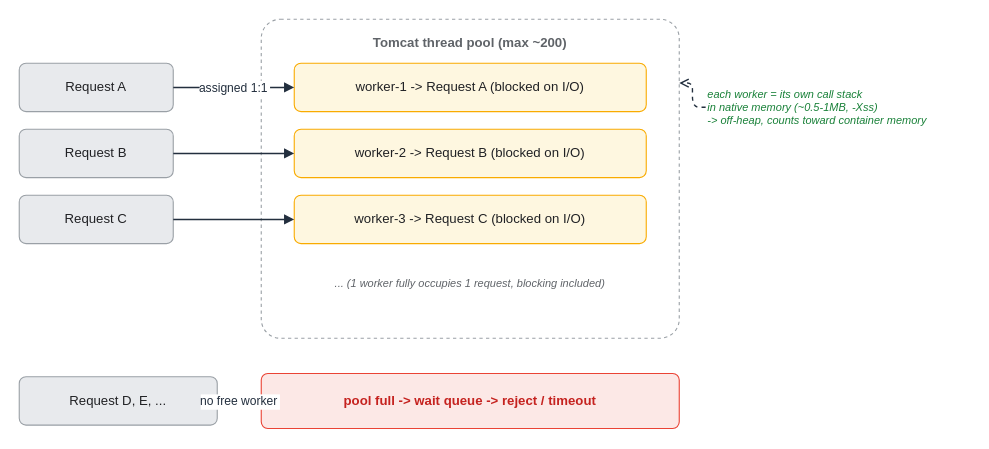
This is assets/img/spring/spring-06-thread-per-request.drawio from KKamJi98/kkamji98.github.io, a draw.io file, before an edit. Source tidied: cells renumbered, new cells numbered last; positions are measured from the earlier drawing's top-left corner, leaving out a move shared by most shapes. Both pictures are drawn from the tidied source at 110%, with x=0, y=0 at pixel (19, 19).
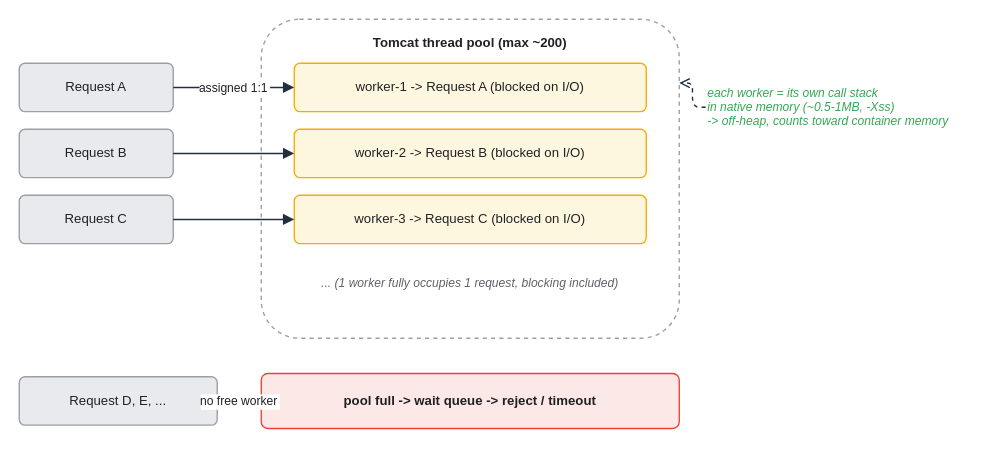
The same page after the edit.

Diff of the diagram source:
```diff
@@
 <mxGraphModel background="#FFFFFF">
   <root>
     <mxCell id="0" />
     <mxCell id="1" parent="0" />
-    <mxCell id="2" value="Tomcat thread pool (max ~200)" style="rounded=1;whiteSpace=wrap;html=0;arcSize=6;shadow=0;fillColor=#FFFFFF;strokeColor=#9AA0A6;fontColor=#5F6368;fontStyle=1;verticalAlign=top;align=center;dashed=1;spacingTop=8;" parent="1" vertex="1">
+    <mxCell id="2" value="Tomcat thread pool (max ~200)" style="rounded=1;whiteSpace=wrap;html=0;arcSize=12;shadow=0;fillColor=#FFFFFF;strokeColor=#9AA0A6;fontColor=#202124;fontStyle=1;verticalAlign=top;align=center;dashed=1;spacingTop=8;strokeWidth=1.25;" parent="1" vertex="1">
       <mxGeometry x="220" width="380" height="290" as="geometry" />
     </mxCell>
-    <mxCell id="3" value="Request A" style="rounded=1;whiteSpace=wrap;html=0;arcSize=14;shadow=0;fillColor=#E8EAED;strokeColor=#9AA0A6;fontColor=#202124;" parent="1" vertex="1">
+    <mxCell id="3" value="Request A" style="rounded=1;whiteSpace=wrap;html=0;arcSize=12;shadow=0;fillColor=#E8EAED;strokeColor=#9AA0A6;fontColor=#202124;strokeWidth=1.25;" parent="1" vertex="1">
       <mxGeometry y="40" width="140" height="44" as="geometry" />
     </mxCell>
-    <mxCell id="4" value="Request B" style="rounded=1;whiteSpace=wrap;html=0;arcSize=14;shadow=0;fillColor=#E8EAED;strokeColor=#9AA0A6;fontColor=#202124;" parent="1" vertex="1">
+    <mxCell id="4" value="Request B" style="rounded=1;whiteSpace=wrap;html=0;arcSize=12;shadow=0;fillColor=#E8EAED;strokeColor=#9AA0A6;fontColor=#202124;strokeWidth=1.25;" parent="1" vertex="1">
       <mxGeometry y="100" width="140" height="44" as="geometry" />
     </mxCell>
-    <mxCell id="5" value="Request C" style="rounded=1;whiteSpace=wrap;html=0;arcSize=14;shadow=0;fillColor=#E8EAED;strokeColor=#9AA0A6;fontColor=#202124;" parent="1" vertex="1">
+    <mxCell id="5" value="Request C" style="rounded=1;whiteSpace=wrap;html=0;arcSize=12;shadow=0;fillColor=#E8EAED;strokeColor=#9AA0A6;fontColor=#202124;strokeWidth=1.25;" parent="1" vertex="1">
       <mxGeometry y="160" width="140" height="44" as="geometry" />
     </mxCell>
-    <mxCell id="6" value="Request D, E, ..." style="rounded=1;whiteSpace=wrap;html=0;arcSize=14;shadow=0;fillColor=#E8EAED;strokeColor=#9AA0A6;fontColor=#202124;" parent="1" vertex="1">
+    <mxCell id="6" value="Request D, E, ..." style="rounded=1;whiteSpace=wrap;html=0;arcSize=12;shadow=0;fillColor=#E8EAED;strokeColor=#9AA0A6;fontColor=#202124;strokeWidth=1.25;" parent="1" vertex="1">
       <mxGeometry y="325" width="180" height="44" as="geometry" />
     </mxCell>
-    <mxCell id="7" value="worker-1  -&gt;  Request A  (blocked on I/O)" style="rounded=1;whiteSpace=wrap;html=0;arcSize=14;shadow=0;fillColor=#FEF7E0;strokeColor=#F9AB00;fontColor=#202124;" parent="1" vertex="1">
+    <mxCell id="7" value="worker-1  -&gt;  Request A  (blocked on I/O)" style="rounded=1;whiteSpace=wrap;html=0;arcSize=12;shadow=0;fillColor=#FEF7E0;strokeColor=#F9AB00;fontColor=#202124;strokeWidth=1.25;" parent="1" vertex="1">
       <mxGeometry x="250" y="40" width="320" height="44" as="geometry" />
     </mxCell>
-    <mxCell id="8" value="worker-2  -&gt;  Request B  (blocked on I/O)" style="rounded=1;whiteSpace=wrap;html=0;arcSize=14;shadow=0;fillColor=#FEF7E0;strokeColor=#F9AB00;fontColor=#202124;" parent="1" vertex="1">
+    <mxCell id="8" value="worker-2  -&gt;  Request B  (blocked on I/O)" style="rounded=1;whiteSpace=wrap;html=0;arcSize=12;shadow=0;fillColor=#FEF7E0;strokeColor=#F9AB00;fontColor=#202124;strokeWidth=1.25;" parent="1" vertex="1">
       <mxGeometry x="250" y="100" width="320" height="44" as="geometry" />
     </mxCell>
-    <mxCell id="9" value="worker-3  -&gt;  Request C  (blocked on I/O)" style="rounded=1;whiteSpace=wrap;html=0;arcSize=14;shadow=0;fillColor=#FEF7E0;strokeColor=#F9AB00;fontColor=#202124;" parent="1" vertex="1">
+    <mxCell id="9" value="worker-3  -&gt;  Request C  (blocked on I/O)" style="rounded=1;whiteSpace=wrap;html=0;arcSize=12;shadow=0;fillColor=#FEF7E0;strokeColor=#F9AB00;fontColor=#202124;strokeWidth=1.25;" parent="1" vertex="1">
       <mxGeometry x="250" y="160" width="320" height="44" as="geometry" />
     </mxCell>
-    <mxCell id="10" value="...  (1 worker fully occupies 1 request, blocking included)" style="text;html=0;align=center;verticalAlign=middle;whiteSpace=wrap;fontSize=10;fontColor=#5F6368;fontStyle=2;" parent="1" vertex="1">
+    <mxCell id="10" value="...  (1 worker fully occupies 1 request, blocking included)" style="text;html=0;align=center;verticalAlign=middle;whiteSpace=wrap;fontSize=11;fontColor=#5F6368;fontStyle=2;" parent="1" vertex="1">
       <mxGeometry x="250" y="220" width="320" height="40" as="geometry" />
     </mxCell>
-    <mxCell id="11" value="pool full -&gt; wait queue -&gt; reject / timeout" style="rounded=1;whiteSpace=wrap;html=0;arcSize=12;shadow=0;fillColor=#FCE8E6;strokeColor=#EA4335;fontColor=#C5221F;fontStyle=1;" parent="1" vertex="1">
+    <mxCell id="11" value="pool full -&gt; wait queue -&gt; reject / timeout" style="rounded=1;whiteSpace=wrap;html=0;arcSize=12;shadow=0;fillColor=#FCE8E6;strokeColor=#EA4335;fontColor=#202124;fontStyle=1;strokeWidth=1.25;" parent="1" vertex="1">
       <mxGeometry x="220" y="322" width="380" height="50" as="geometry" />
     </mxCell>
-    <mxCell id="12" value="each worker = its own call stack&#10;in native memory (~0.5-1MB, -Xss)&#10;-&gt; off-heap, counts toward container memory" style="text;html=0;align=left;verticalAlign=middle;whiteSpace=wrap;fontSize=10;fontColor=#188038;fontStyle=2;" parent="1" vertex="1">
+    <mxCell id="12" value="each worker = its own call stack&#10;in native memory (~0.5-1MB, -Xss)&#10;-&gt; off-heap, counts toward container memory" style="text;html=0;align=left;verticalAlign=middle;whiteSpace=wrap;fontSize=11;fontColor=#34A853;fontStyle=2;" parent="1" vertex="1">
       <mxGeometry x="624" y="40" width="240" height="80" as="geometry" />
     </mxCell>
-    <mxCell id="13" value="assigned 1:1" style="edgeStyle=orthogonalEdgeStyle;rounded=1;html=0;fontColor=#232F3E;strokeColor=#232F3E;labelBackgroundColor=#FFFFFF;endArrow=block;exitX=1;exitY=0.5;exitDx=0;exitDy=0;entryX=0;entryY=0.5;entryDx=0;entryDy=0;strokeWidth=1.25;" parent="1" edge="1" source="3" target="7">
+    <mxCell id="13" value="assigned 1:1" style="edgeStyle=orthogonalEdgeStyle;rounded=1;html=0;fontColor=#202124;strokeColor=#232F3E;labelBackgroundColor=#FFFFFF;endArrow=block;exitX=1;exitY=0.5;exitDx=0;exitDy=0;entryX=0;entryY=0.5;entryDx=0;entryDy=0;strokeWidth=1.25;endSize=7;" parent="1" edge="1" source="3" target="7">
       <mxGeometry relative="1" as="geometry" />
     </mxCell>
-    <mxCell id="14" style="edgeStyle=orthogonalEdgeStyle;rounded=1;html=0;fontColor=#232F3E;strokeColor=#232F3E;labelBackgroundColor=none;endArrow=block;exitX=1;exitY=0.5;exitDx=0;exitDy=0;entryX=0;entryY=0.5;entryDx=0;entryDy=0;strokeWidth=1.25;" parent="1" edge="1" source="4" target="8">
+    <mxCell id="14" style="edgeStyle=orthogonalEdgeStyle;rounded=1;html=0;fontColor=#202124;strokeColor=#232F3E;labelBackgroundColor=none;endArrow=block;exitX=1;exitY=0.5;exitDx=0;exitDy=0;entryX=0;entryY=0.5;entryDx=0;entryDy=0;strokeWidth=1.25;endSize=7;" parent="1" edge="1" source="4" target="8">
       <mxGeometry relative="1" as="geometry" />
     </mxCell>
-    <mxCell id="15" style="edgeStyle=orthogonalEdgeStyle;rounded=1;html=0;fontColor=#232F3E;strokeColor=#232F3E;labelBackgroundColor=none;endArrow=block;exitX=1;exitY=0.5;exitDx=0;exitDy=0;entryX=0;entryY=0.5;entryDx=0;entryDy=0;strokeWidth=1.25;" parent="1" edge="1" source="5" target="9">
+    <mxCell id="15" style="edgeStyle=orthogonalEdgeStyle;rounded=1;html=0;fontColor=#202124;strokeColor=#232F3E;labelBackgroundColor=none;endArrow=block;exitX=1;exitY=0.5;exitDx=0;exitDy=0;entryX=0;entryY=0.5;entryDx=0;entryDy=0;strokeWidth=1.25;endSize=7;" parent="1" edge="1" source="5" target="9">
       <mxGeometry relative="1" as="geometry" />
     </mxCell>
-    <mxCell id="16" value="no free worker" style="edgeStyle=orthogonalEdgeStyle;rounded=1;html=0;fontColor=#232F3E;strokeColor=#232F3E;labelBackgroundColor=#FFFFFF;endArrow=block;exitX=1;exitY=0.5;exitDx=0;exitDy=0;entryX=0;entryY=0.5;entryDx=0;entryDy=0;strokeWidth=1.25;" parent="1" edge="1" source="6" target="11">
+    <mxCell id="16" value="no free worker" style="edgeStyle=orthogonalEdgeStyle;rounded=1;html=0;fontColor=#202124;strokeColor=#232F3E;labelBackgroundColor=#FFFFFF;endArrow=block;exitX=1;exitY=0.5;exitDx=0;exitDy=0;entryX=0;entryY=0.5;entryDx=0;entryDy=0;strokeWidth=1.25;endSize=7;" parent="1" edge="1" source="6" target="11">
       <mxGeometry relative="1" as="geometry" />
     </mxCell>
-    <mxCell id="17" style="edgeStyle=orthogonalEdgeStyle;rounded=1;html=0;dashed=1;strokeColor=#232F3E;fontColor=#232F3E;labelBackgroundColor=none;endArrow=open;endSize=6;exitX=0;exitY=0.5;exitDx=0;exitDy=0;entryX=1;entryY=0.2;entryDx=0;entryDy=0;strokeWidth=1.25;" parent="1" edge="1" source="12" target="2">
+    <mxCell id="17" style="edgeStyle=orthogonalEdgeStyle;rounded=1;html=0;dashed=1;strokeColor=#232F3E;fontColor=#202124;labelBackgroundColor=none;endArrow=open;endSize=7;exitX=0;exitY=0.5;exitDx=0;exitDy=0;entryX=1;entryY=0.2;entryDx=0;entryDy=0;strokeWidth=1.25;" parent="1" edge="1" source="12" target="2">
       <mxGeometry relative="1" as="geometry" />
     </mxCell>
   </root>
 </mxGraphModel>
```
